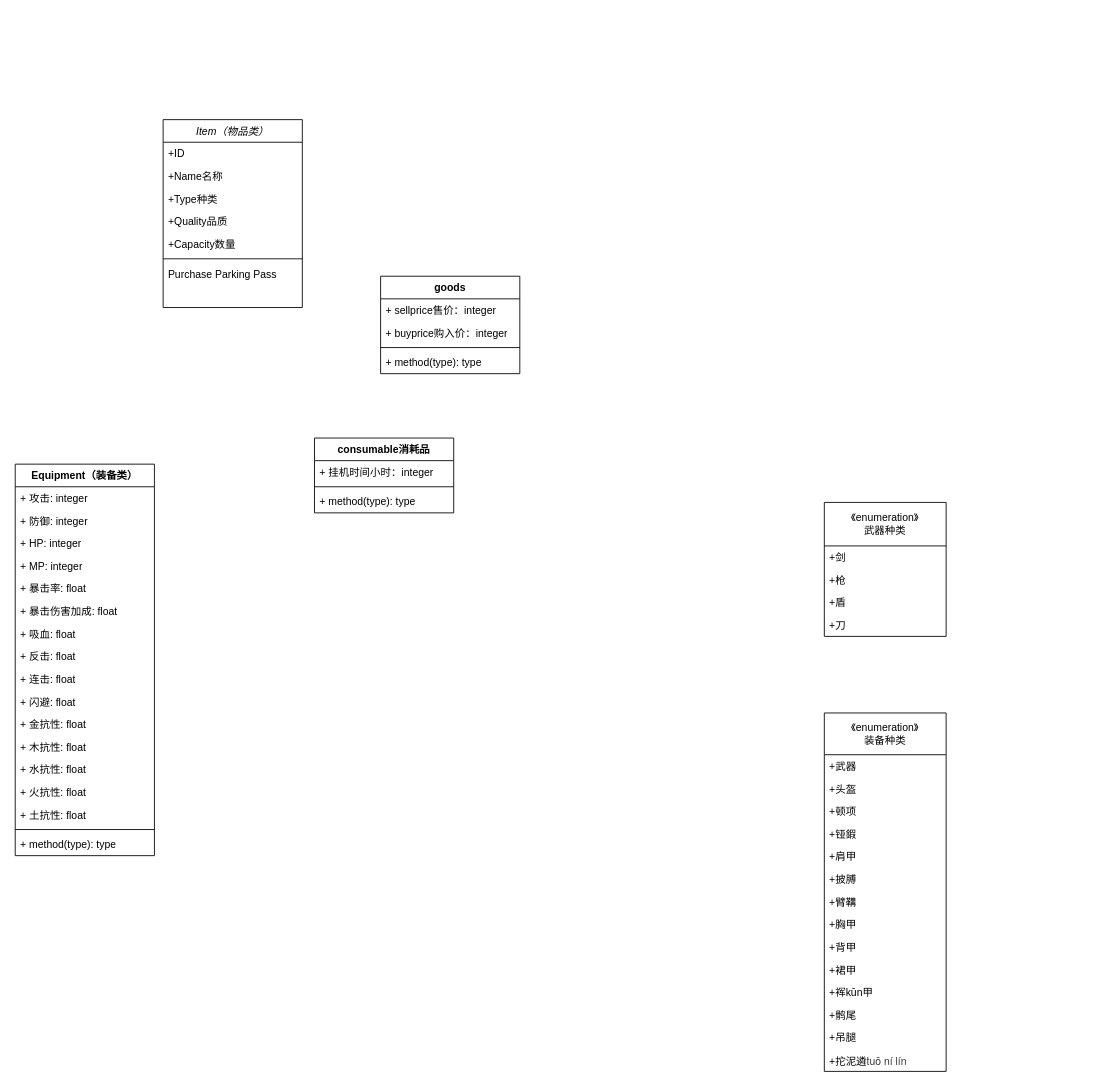
lvxingzhe32/IDLE-Game keeps this draw.io diagram as page "Page-1" (1 of 3) of Drawio/class-diagram.drawio. Above is the earlier version. Source tidied: cells renumbered, new cells numbered last; positions are measured from the earlier drawing's top-left corner, leaving out a move shared by most shapes. Both pictures are drawn from the tidied source at 87%, with x=0, y=0 at pixel (15, 119).
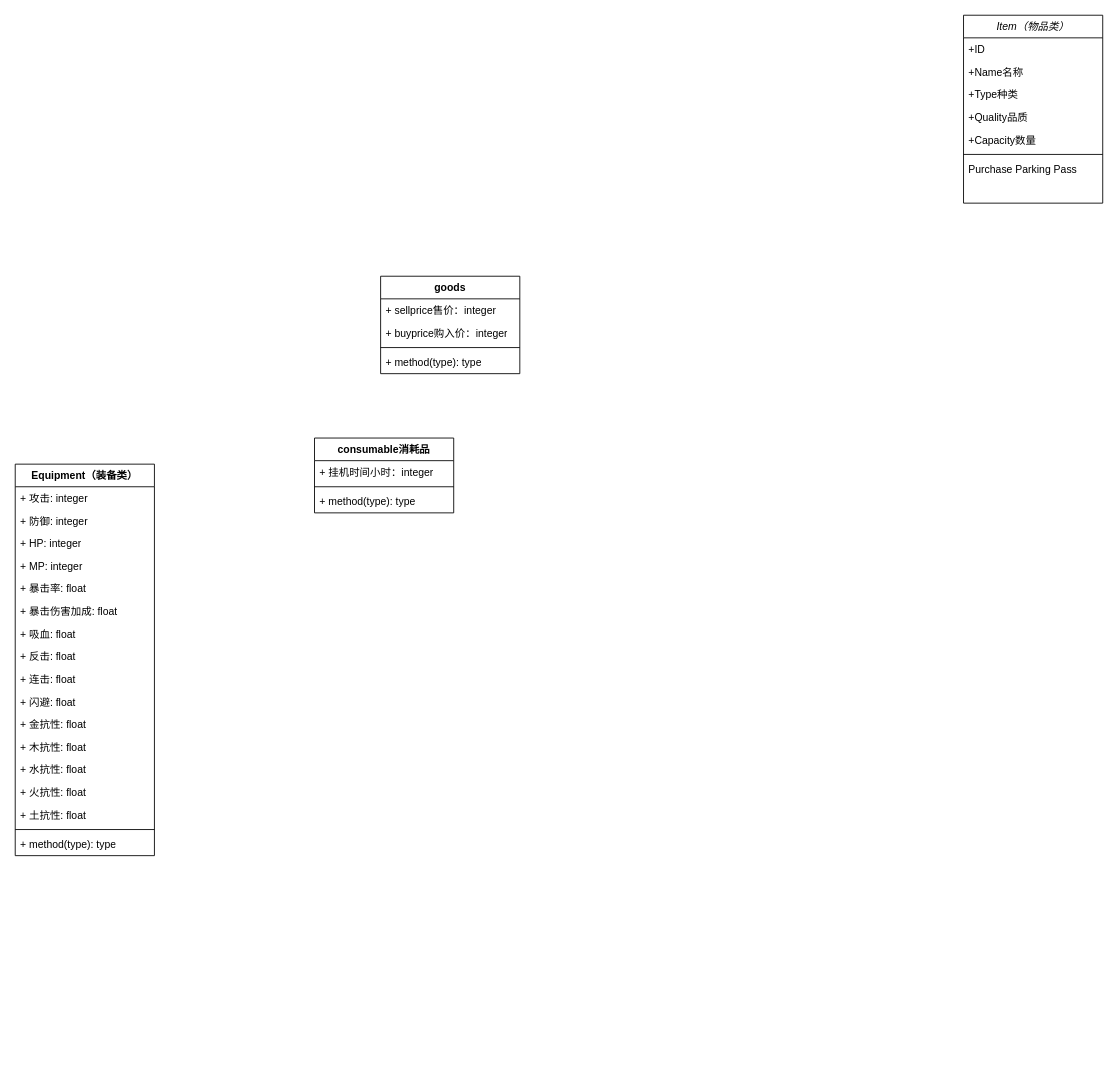
Above is the later version.

Diff of the diagram source:
```diff
@@
     <mxCell id="2" value="Item（物品类）" style="swimlane;fontStyle=2;align=center;verticalAlign=top;horizontal=1;startSize=26;rounded=0;shadow=0;strokeWidth=1;" parent="1" vertex="1">
-      <mxGeometry x="170" width="160" height="216" as="geometry" />
+      <mxGeometry x="1090" y="-120" width="160" height="216" as="geometry" />
     </mxCell>
@@
-    <mxCell id="37" value="《enumeration》&lt;div&gt;武器种类&lt;/div&gt;" style="swimlane;fontStyle=0;horizontal=1;startSize=50;fillColor=none;whiteSpace=wrap;html=1;" parent="1" vertex="1">
-      <mxGeometry x="930" y="440" width="140" height="154" as="geometry" />
-    </mxCell>
-    <mxCell id="38" value="+剑" style="text;strokeColor=none;fillColor=none;align=left;verticalAlign=top;spacingLeft=4;spacingRight=4;overflow=hidden;whiteSpace=wrap;html=1;" parent="37" vertex="1">
-      <mxGeometry y="50" width="140" height="26" as="geometry" />
-    </mxCell>
-    <mxCell id="39" value="+枪" style="text;strokeColor=none;fillColor=none;align=left;verticalAlign=top;spacingLeft=4;spacingRight=4;overflow=hidden;whiteSpace=wrap;html=1;" parent="37" vertex="1">
-      <mxGeometry y="76" width="140" height="26" as="geometry" />
-    </mxCell>
-    <mxCell id="40" value="+盾" style="text;strokeColor=none;fillColor=none;align=left;verticalAlign=top;spacingLeft=4;spacingRight=4;overflow=hidden;whiteSpace=wrap;html=1;" parent="37" vertex="1">
-      <mxGeometry y="102" width="140" height="26" as="geometry" />
-    </mxCell>
-    <mxCell id="41" value="+刀" style="text;strokeColor=none;fillColor=none;align=left;verticalAlign=top;spacingLeft=4;spacingRight=4;overflow=hidden;whiteSpace=wrap;html=1;" parent="37" vertex="1">
-      <mxGeometry y="128" width="140" height="26" as="geometry" />
-    </mxCell>
-    <mxCell id="42" value="《enumeration》&lt;div&gt;装备种类&lt;/div&gt;" style="swimlane;fontStyle=0;horizontal=1;startSize=48;fillColor=none;whiteSpace=wrap;html=1;" parent="1" vertex="1">
-      <mxGeometry x="930" y="682" width="140" height="412" as="geometry" />
-    </mxCell>
-    <mxCell id="43" value="+武器" style="text;strokeColor=none;fillColor=none;align=left;verticalAlign=top;spacingLeft=4;spacingRight=4;overflow=hidden;whiteSpace=wrap;html=1;" parent="42" vertex="1">
-      <mxGeometry y="48" width="140" height="26" as="geometry" />
-    </mxCell>
-    <mxCell id="44" value="+头盔" style="text;strokeColor=none;fillColor=none;align=left;verticalAlign=top;spacingLeft=4;spacingRight=4;overflow=hidden;whiteSpace=wrap;html=1;" parent="42" vertex="1">
-      <mxGeometry y="74" width="140" height="26" as="geometry" />
-    </mxCell>
-    <mxCell id="45" value="+顿项" style="text;strokeColor=none;fillColor=none;align=left;verticalAlign=top;spacingLeft=4;spacingRight=4;overflow=hidden;whiteSpace=wrap;html=1;" parent="42" vertex="1">
-      <mxGeometry y="100" width="140" height="26" as="geometry" />
-    </mxCell>
-    <mxCell id="46" value="+铔鍜" style="text;strokeColor=none;fillColor=none;align=left;verticalAlign=top;spacingLeft=4;spacingRight=4;overflow=hidden;whiteSpace=wrap;html=1;" parent="42" vertex="1">
-      <mxGeometry y="126" width="140" height="26" as="geometry" />
-    </mxCell>
-    <mxCell id="47" value="+肩甲" style="text;strokeColor=none;fillColor=none;align=left;verticalAlign=top;spacingLeft=4;spacingRight=4;overflow=hidden;whiteSpace=wrap;html=1;" parent="42" vertex="1">
-      <mxGeometry y="152" width="140" height="26" as="geometry" />
-    </mxCell>
-    <mxCell id="48" value="+披膊" style="text;strokeColor=none;fillColor=none;align=left;verticalAlign=top;spacingLeft=4;spacingRight=4;overflow=hidden;whiteSpace=wrap;html=1;" parent="42" vertex="1">
-      <mxGeometry y="178" width="140" height="26" as="geometry" />
-    </mxCell>
-    <mxCell id="49" value="+臂鞲" style="text;strokeColor=none;fillColor=none;align=left;verticalAlign=top;spacingLeft=4;spacingRight=4;overflow=hidden;whiteSpace=wrap;html=1;" parent="42" vertex="1">
-      <mxGeometry y="204" width="140" height="26" as="geometry" />
-    </mxCell>
-    <mxCell id="50" value="+胸甲" style="text;strokeColor=none;fillColor=none;align=left;verticalAlign=top;spacingLeft=4;spacingRight=4;overflow=hidden;whiteSpace=wrap;html=1;" parent="42" vertex="1">
-      <mxGeometry y="230" width="140" height="26" as="geometry" />
-    </mxCell>
-    <mxCell id="51" value="+背甲" style="text;strokeColor=none;fillColor=none;align=left;verticalAlign=top;spacingLeft=4;spacingRight=4;overflow=hidden;whiteSpace=wrap;html=1;" parent="42" vertex="1">
-      <mxGeometry y="256" width="140" height="26" as="geometry" />
-    </mxCell>
-    <mxCell id="52" value="+裙甲" style="text;strokeColor=none;fillColor=none;align=left;verticalAlign=top;spacingLeft=4;spacingRight=4;overflow=hidden;whiteSpace=wrap;html=1;" parent="42" vertex="1">
-      <mxGeometry y="282" width="140" height="26" as="geometry" />
-    </mxCell>
-    <mxCell id="53" value="+裈kūn甲" style="text;strokeColor=none;fillColor=none;align=left;verticalAlign=top;spacingLeft=4;spacingRight=4;overflow=hidden;whiteSpace=wrap;html=1;" parent="42" vertex="1">
-      <mxGeometry y="308" width="140" height="26" as="geometry" />
-    </mxCell>
-    <mxCell id="54" value="+鹘尾" style="text;strokeColor=none;fillColor=none;align=left;verticalAlign=top;spacingLeft=4;spacingRight=4;overflow=hidden;whiteSpace=wrap;html=1;" parent="42" vertex="1">
-      <mxGeometry y="334" width="140" height="26" as="geometry" />
-    </mxCell>
-    <mxCell id="55" value="+吊腿" style="text;strokeColor=none;fillColor=none;align=left;verticalAlign=top;spacingLeft=4;spacingRight=4;overflow=hidden;whiteSpace=wrap;html=1;" parent="42" vertex="1">
-      <mxGeometry y="360" width="140" height="26" as="geometry" />
-    </mxCell>
-    <mxCell id="56" value="+拕泥遴&lt;span style=&quot;background-color: rgb(255, 255, 255); color: rgb(51, 51, 51); font-family: &amp;quot;Helvetica Neue&amp;quot;, Helvetica, Arial, &amp;quot;PingFang SC&amp;quot;, &amp;quot;Hiragino Sans GB&amp;quot;, &amp;quot;Microsoft YaHei&amp;quot;, &amp;quot;WenQuanYi Micro Hei&amp;quot;, sans-serif;&quot;&gt;tuō ní lín&lt;/span&gt;" style="text;strokeColor=none;fillColor=none;align=left;verticalAlign=top;spacingLeft=4;spacingRight=4;overflow=hidden;whiteSpace=wrap;html=1;" parent="42" vertex="1">
-      <mxGeometry y="386" width="140" height="26" as="geometry" />
-    </mxCell>
```
